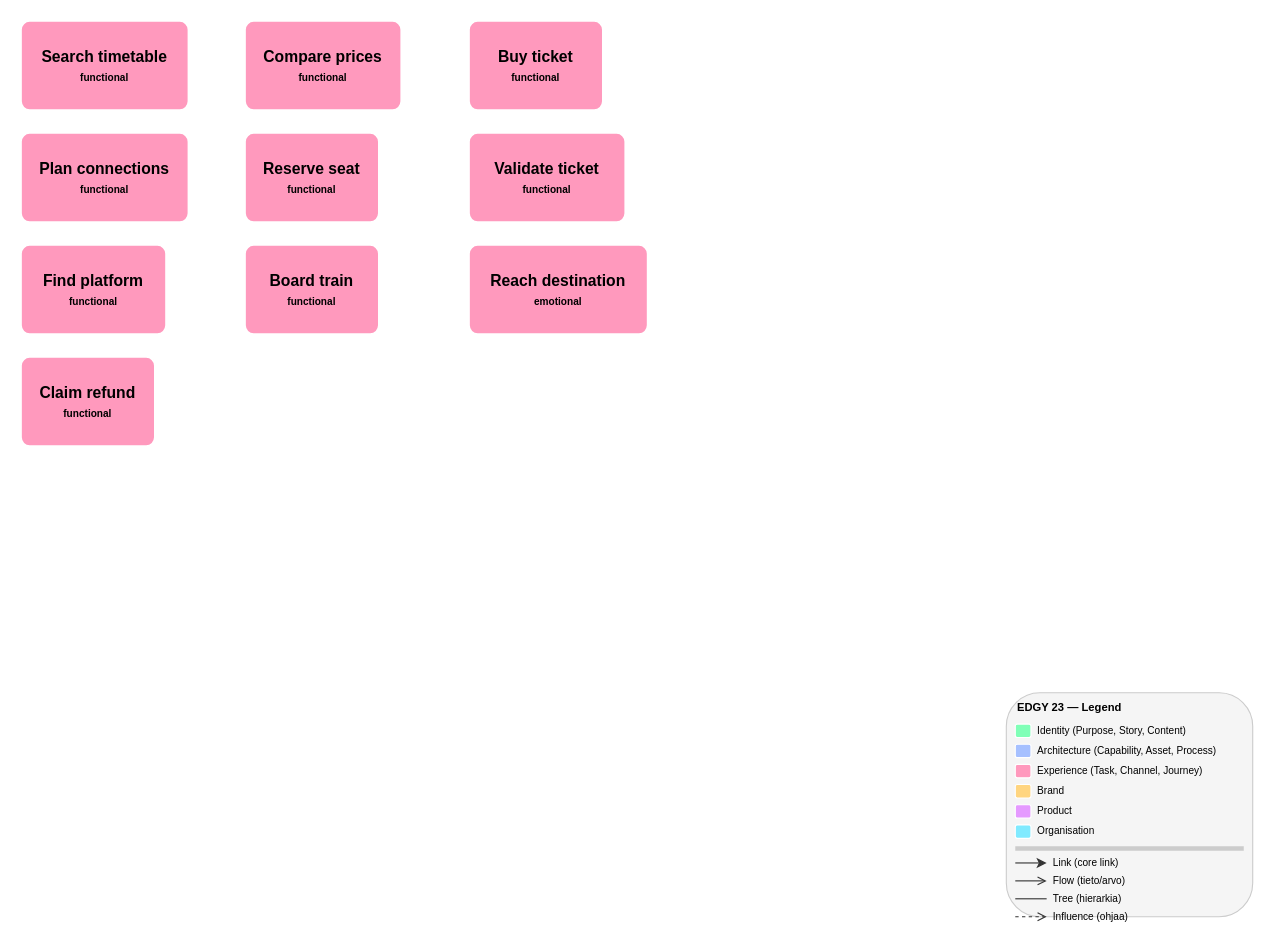
This is skills/documentation/edgy-diagram/examples/expected-task.drawio from Rahola/edgy-skills, a draw.io file, before an edit. Source tidied: cells renumbered, new cells numbered last; positions are measured from the earlier drawing's top-left corner, leaving out a move shared by most shapes. Both pictures are drawn from the tidied source at 112%, with x=0, y=0 at pixel (20, 20).
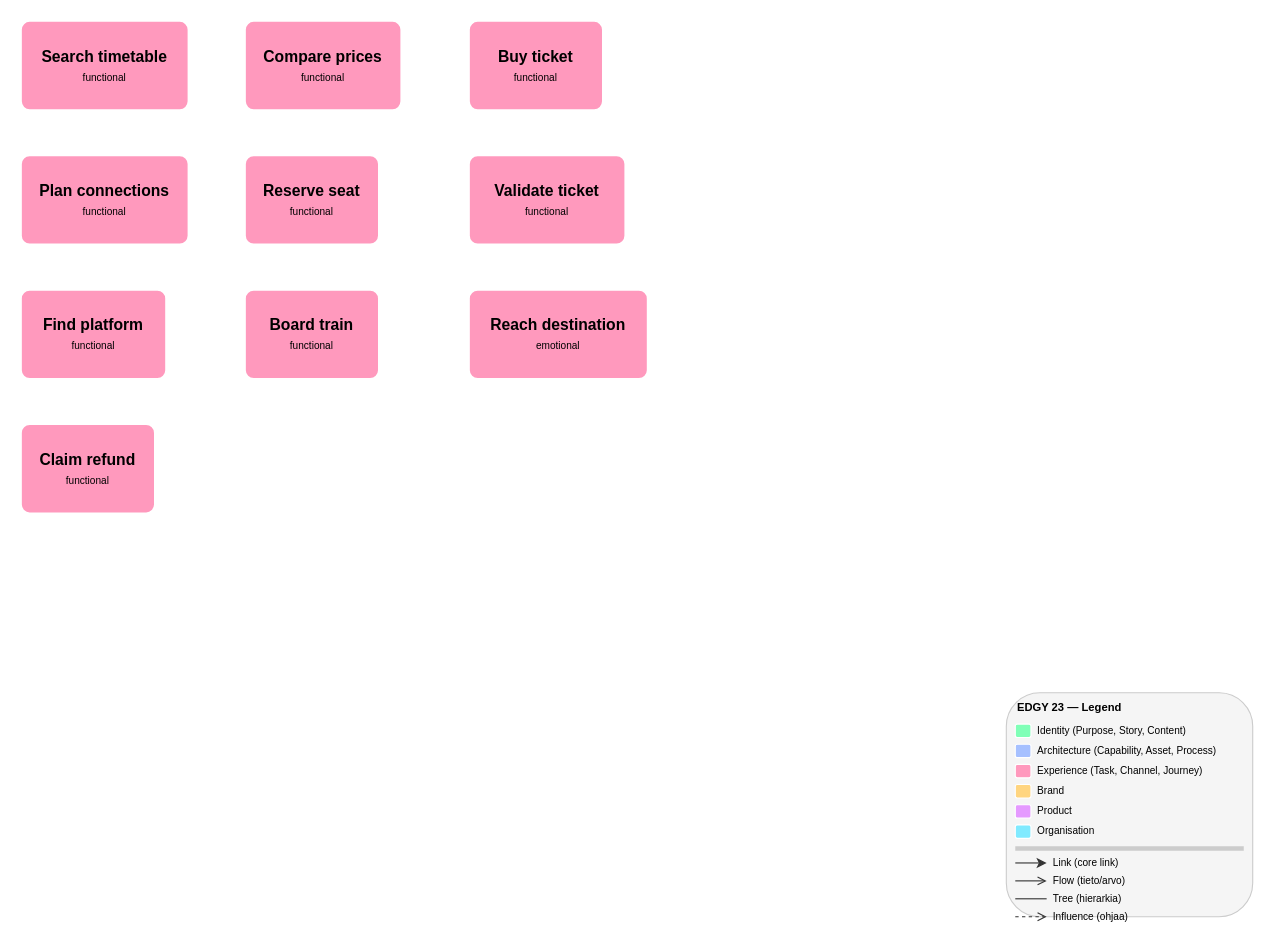
The same diagram, later.

Diff of the diagram source:
```diff
@@
-    <mxCell id="2" value="&lt;b&gt;Search timetable&lt;/b&gt;&lt;br&gt;&lt;font style=&quot;font-size:9px&quot;&gt;functional&lt;/font&gt;" style="rounded=1;whiteSpace=wrap;html=1;fillColor=#ff99bd;strokeColor=#FFFFFF;strokeWidth=2;arcSize=10;verticalAlign=middle;fontStyle=1;fontSize=14;" parent="1" vertex="1">
+    <mxCell id="2" value="&lt;b&gt;Search timetable&lt;/b&gt;&lt;br&gt;&lt;font style=&quot;font-size:9px;font-weight:normal&quot;&gt;functional&lt;/font&gt;" style="rounded=1;whiteSpace=wrap;html=1;fillColor=#ff99bd;strokeColor=#FFFFFF;strokeWidth=2;arcSize=10;verticalAlign=middle;fontStyle=1;fontSize=14;" parent="1" vertex="1">
       <mxGeometry width="150" height="80" as="geometry" />
     </mxCell>
-    <mxCell id="3" value="&lt;b&gt;Compare prices&lt;/b&gt;&lt;br&gt;&lt;font style=&quot;font-size:9px&quot;&gt;functional&lt;/font&gt;" style="rounded=1;whiteSpace=wrap;html=1;fillColor=#ff99bd;strokeColor=#FFFFFF;strokeWidth=2;arcSize=10;verticalAlign=middle;fontStyle=1;fontSize=14;" parent="1" vertex="1">
+    <mxCell id="3" value="&lt;b&gt;Compare prices&lt;/b&gt;&lt;br&gt;&lt;font style=&quot;font-size:9px;font-weight:normal&quot;&gt;functional&lt;/font&gt;" style="rounded=1;whiteSpace=wrap;html=1;fillColor=#ff99bd;strokeColor=#FFFFFF;strokeWidth=2;arcSize=10;verticalAlign=middle;fontStyle=1;fontSize=14;" parent="1" vertex="1">
       <mxGeometry x="200" width="140" height="80" as="geometry" />
     </mxCell>
-    <mxCell id="4" value="&lt;b&gt;Buy ticket&lt;/b&gt;&lt;br&gt;&lt;font style=&quot;font-size:9px&quot;&gt;functional&lt;/font&gt;" style="rounded=1;whiteSpace=wrap;html=1;fillColor=#ff99bd;strokeColor=#FFFFFF;strokeWidth=2;arcSize=10;verticalAlign=middle;fontStyle=1;fontSize=14;" parent="1" vertex="1">
+    <mxCell id="4" value="&lt;b&gt;Buy ticket&lt;/b&gt;&lt;br&gt;&lt;font style=&quot;font-size:9px;font-weight:normal&quot;&gt;functional&lt;/font&gt;" style="rounded=1;whiteSpace=wrap;html=1;fillColor=#ff99bd;strokeColor=#FFFFFF;strokeWidth=2;arcSize=10;verticalAlign=middle;fontStyle=1;fontSize=14;" parent="1" vertex="1">
       <mxGeometry x="400" width="120" height="80" as="geometry" />
     </mxCell>
-    <mxCell id="5" value="&lt;b&gt;Plan connections&lt;/b&gt;&lt;br&gt;&lt;font style=&quot;font-size:9px&quot;&gt;functional&lt;/font&gt;" style="rounded=1;whiteSpace=wrap;html=1;fillColor=#ff99bd;strokeColor=#FFFFFF;strokeWidth=2;arcSize=10;verticalAlign=middle;fontStyle=1;fontSize=14;" parent="1" vertex="1">
-      <mxGeometry y="100" width="150" height="80" as="geometry" />
+    <mxCell id="5" value="&lt;b&gt;Plan connections&lt;/b&gt;&lt;br&gt;&lt;font style=&quot;font-size:9px;font-weight:normal&quot;&gt;functional&lt;/font&gt;" style="rounded=1;whiteSpace=wrap;html=1;fillColor=#ff99bd;strokeColor=#FFFFFF;strokeWidth=2;arcSize=10;verticalAlign=middle;fontStyle=1;fontSize=14;" parent="1" vertex="1">
+      <mxGeometry y="120" width="150" height="80" as="geometry" />
     </mxCell>
-    <mxCell id="6" value="&lt;b&gt;Reserve seat&lt;/b&gt;&lt;br&gt;&lt;font style=&quot;font-size:9px&quot;&gt;functional&lt;/font&gt;" style="rounded=1;whiteSpace=wrap;html=1;fillColor=#ff99bd;strokeColor=#FFFFFF;strokeWidth=2;arcSize=10;verticalAlign=middle;fontStyle=1;fontSize=14;" parent="1" vertex="1">
-      <mxGeometry x="200" y="100" width="120" height="80" as="geometry" />
+    <mxCell id="6" value="&lt;b&gt;Reserve seat&lt;/b&gt;&lt;br&gt;&lt;font style=&quot;font-size:9px;font-weight:normal&quot;&gt;functional&lt;/font&gt;" style="rounded=1;whiteSpace=wrap;html=1;fillColor=#ff99bd;strokeColor=#FFFFFF;strokeWidth=2;arcSize=10;verticalAlign=middle;fontStyle=1;fontSize=14;" parent="1" vertex="1">
+      <mxGeometry x="200" y="120" width="120" height="80" as="geometry" />
     </mxCell>
-    <mxCell id="7" value="&lt;b&gt;Validate ticket&lt;/b&gt;&lt;br&gt;&lt;font style=&quot;font-size:9px&quot;&gt;functional&lt;/font&gt;" style="rounded=1;whiteSpace=wrap;html=1;fillColor=#ff99bd;strokeColor=#FFFFFF;strokeWidth=2;arcSize=10;verticalAlign=middle;fontStyle=1;fontSize=14;" parent="1" vertex="1">
-      <mxGeometry x="400" y="100" width="140" height="80" as="geometry" />
+    <mxCell id="7" value="&lt;b&gt;Validate ticket&lt;/b&gt;&lt;br&gt;&lt;font style=&quot;font-size:9px;font-weight:normal&quot;&gt;functional&lt;/font&gt;" style="rounded=1;whiteSpace=wrap;html=1;fillColor=#ff99bd;strokeColor=#FFFFFF;strokeWidth=2;arcSize=10;verticalAlign=middle;fontStyle=1;fontSize=14;" parent="1" vertex="1">
+      <mxGeometry x="400" y="120" width="140" height="80" as="geometry" />
     </mxCell>
-    <mxCell id="8" value="&lt;b&gt;Find platform&lt;/b&gt;&lt;br&gt;&lt;font style=&quot;font-size:9px&quot;&gt;functional&lt;/font&gt;" style="rounded=1;whiteSpace=wrap;html=1;fillColor=#ff99bd;strokeColor=#FFFFFF;strokeWidth=2;arcSize=10;verticalAlign=middle;fontStyle=1;fontSize=14;" parent="1" vertex="1">
-      <mxGeometry y="200" width="130" height="80" as="geometry" />
+    <mxCell id="8" value="&lt;b&gt;Find platform&lt;/b&gt;&lt;br&gt;&lt;font style=&quot;font-size:9px;font-weight:normal&quot;&gt;functional&lt;/font&gt;" style="rounded=1;whiteSpace=wrap;html=1;fillColor=#ff99bd;strokeColor=#FFFFFF;strokeWidth=2;arcSize=10;verticalAlign=middle;fontStyle=1;fontSize=14;" parent="1" vertex="1">
+      <mxGeometry y="240" width="130" height="80" as="geometry" />
     </mxCell>
-    <mxCell id="9" value="&lt;b&gt;Board train&lt;/b&gt;&lt;br&gt;&lt;font style=&quot;font-size:9px&quot;&gt;functional&lt;/font&gt;" style="rounded=1;whiteSpace=wrap;html=1;fillColor=#ff99bd;strokeColor=#FFFFFF;strokeWidth=2;arcSize=10;verticalAlign=middle;fontStyle=1;fontSize=14;" parent="1" vertex="1">
-      <mxGeometry x="200" y="200" width="120" height="80" as="geometry" />
+    <mxCell id="9" value="&lt;b&gt;Board train&lt;/b&gt;&lt;br&gt;&lt;font style=&quot;font-size:9px;font-weight:normal&quot;&gt;functional&lt;/font&gt;" style="rounded=1;whiteSpace=wrap;html=1;fillColor=#ff99bd;strokeColor=#FFFFFF;strokeWidth=2;arcSize=10;verticalAlign=middle;fontStyle=1;fontSize=14;" parent="1" vertex="1">
+      <mxGeometry x="200" y="240" width="120" height="80" as="geometry" />
     </mxCell>
-    <mxCell id="10" value="&lt;b&gt;Reach destination&lt;/b&gt;&lt;br&gt;&lt;font style=&quot;font-size:9px&quot;&gt;emotional&lt;/font&gt;" style="rounded=1;whiteSpace=wrap;html=1;fillColor=#ff99bd;strokeColor=#FFFFFF;strokeWidth=2;arcSize=10;verticalAlign=middle;fontStyle=1;fontSize=14;" parent="1" vertex="1">
-      <mxGeometry x="400" y="200" width="160" height="80" as="geometry" />
+    <mxCell id="10" value="&lt;b&gt;Reach destination&lt;/b&gt;&lt;br&gt;&lt;font style=&quot;font-size:9px;font-weight:normal&quot;&gt;emotional&lt;/font&gt;" style="rounded=1;whiteSpace=wrap;html=1;fillColor=#ff99bd;strokeColor=#FFFFFF;strokeWidth=2;arcSize=10;verticalAlign=middle;fontStyle=1;fontSize=14;" parent="1" vertex="1">
+      <mxGeometry x="400" y="240" width="160" height="80" as="geometry" />
     </mxCell>
-    <mxCell id="11" value="&lt;b&gt;Claim refund&lt;/b&gt;&lt;br&gt;&lt;font style=&quot;font-size:9px&quot;&gt;functional&lt;/font&gt;" style="rounded=1;whiteSpace=wrap;html=1;fillColor=#ff99bd;strokeColor=#FFFFFF;strokeWidth=2;arcSize=10;verticalAlign=middle;fontStyle=1;fontSize=14;" parent="1" vertex="1">
-      <mxGeometry y="300" width="120" height="80" as="geometry" />
+    <mxCell id="11" value="&lt;b&gt;Claim refund&lt;/b&gt;&lt;br&gt;&lt;font style=&quot;font-size:9px;font-weight:normal&quot;&gt;functional&lt;/font&gt;" style="rounded=1;whiteSpace=wrap;html=1;fillColor=#ff99bd;strokeColor=#FFFFFF;strokeWidth=2;arcSize=10;verticalAlign=middle;fontStyle=1;fontSize=14;" parent="1" vertex="1">
+      <mxGeometry y="360" width="120" height="80" as="geometry" />
     </mxCell>
```
